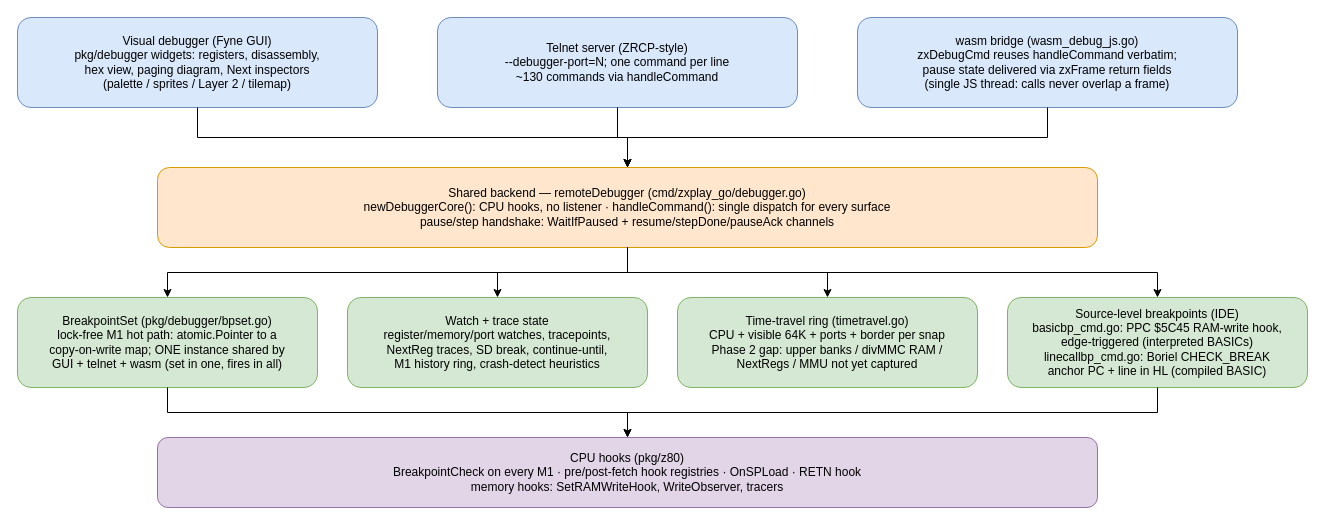
The draw.io diagram packages/emulator-core/zxplay_go/docs/architecture/diagrams/debugger-surfaces.drawio in stever/zxcode, before the edit. Source tidied: cells renumbered, new cells numbered last; positions are measured from the earlier drawing's top-left corner, leaving out a move shared by most shapes. Both pictures are drawn from the tidied source at 100%, with x=0, y=0 at pixel (17, 17).
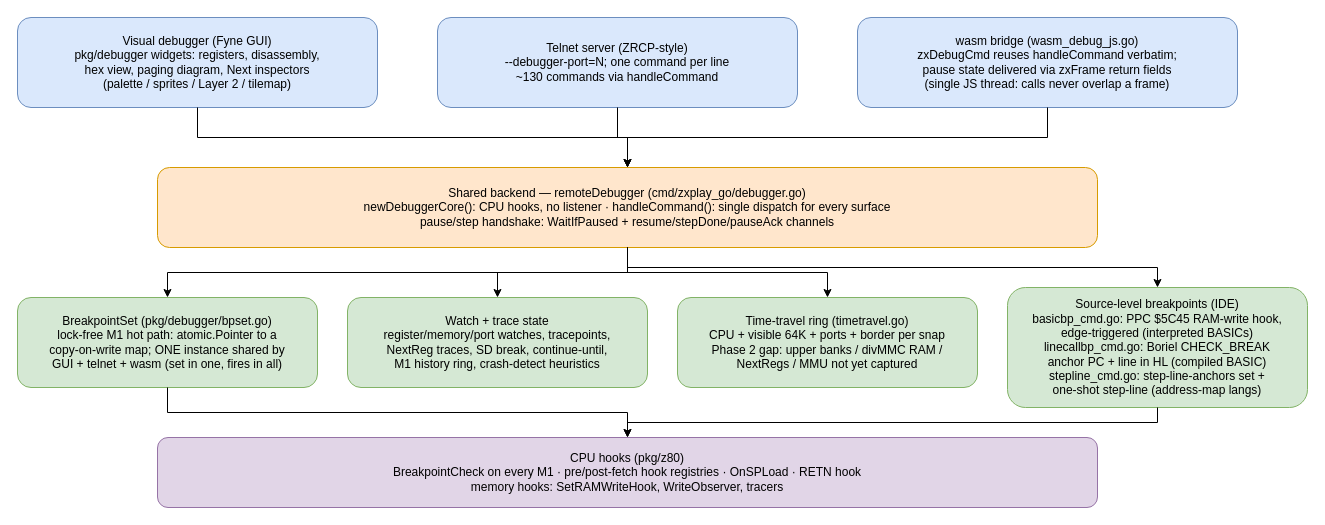
The same diagram, later.

What changed in the source:
```diff
@@
 <mxGraphModel>
   <root>
     <mxCell id="0" />
     <mxCell id="1" parent="0" />
     <mxCell id="2" value="Visual debugger (Fyne GUI)&#10;pkg/debugger widgets: registers, disassembly,&#10;hex view, paging diagram, Next inspectors&#10;(palette / sprites / Layer 2 / tilemap)" style="rounded=1;whiteSpace=wrap;html=1;fillColor=#dae8fc;strokeColor=#6c8ebf;" parent="1" vertex="1">
       <mxGeometry width="360" height="90" as="geometry" />
     </mxCell>
     <mxCell id="3" value="Telnet server (ZRCP-style)&#10;--debugger-port=N; one command per line&#10;~130 commands via handleCommand" style="rounded=1;whiteSpace=wrap;html=1;fillColor=#dae8fc;strokeColor=#6c8ebf;" parent="1" vertex="1">
       <mxGeometry x="420" width="360" height="90" as="geometry" />
     </mxCell>
     <mxCell id="4" value="wasm bridge (wasm_debug_js.go)&#10;zxDebugCmd reuses handleCommand verbatim;&#10;pause state delivered via zxFrame return fields&#10;(single JS thread: calls never overlap a frame)" style="rounded=1;whiteSpace=wrap;html=1;fillColor=#dae8fc;strokeColor=#6c8ebf;" parent="1" vertex="1">
       <mxGeometry x="840" width="380" height="90" as="geometry" />
     </mxCell>
     <mxCell id="5" value="Shared backend — remoteDebugger (cmd/zxplay_go/debugger.go)&#10;newDebuggerCore(): CPU hooks, no listener · handleCommand(): single dispatch for every surface&#10;pause/step handshake: WaitIfPaused + resume/stepDone/pauseAck channels" style="rounded=1;whiteSpace=wrap;html=1;fillColor=#ffe6cc;strokeColor=#d79b00;" parent="1" vertex="1">
       <mxGeometry x="140" y="150" width="940" height="80" as="geometry" />
     </mxCell>
     <mxCell id="6" value="BreakpointSet (pkg/debugger/bpset.go)&#10;lock-free M1 hot path: atomic.Pointer to a&#10;copy-on-write map; ONE instance shared by&#10;GUI + telnet + wasm (set in one, fires in all)" style="rounded=1;whiteSpace=wrap;html=1;fillColor=#d5e8d4;strokeColor=#82b366;" parent="1" vertex="1">
       <mxGeometry y="280" width="300" height="90" as="geometry" />
     </mxCell>
     <mxCell id="7" value="Watch + trace state&#10;register/memory/port watches, tracepoints,&#10;NextReg traces, SD break, continue-until,&#10;M1 history ring, crash-detect heuristics" style="rounded=1;whiteSpace=wrap;html=1;fillColor=#d5e8d4;strokeColor=#82b366;" parent="1" vertex="1">
       <mxGeometry x="330" y="280" width="300" height="90" as="geometry" />
     </mxCell>
     <mxCell id="8" value="Time-travel ring (timetravel.go)&#10;CPU + visible 64K + ports + border per snap&#10;Phase 2 gap: upper banks / divMMC RAM /&#10;NextRegs / MMU not yet captured" style="rounded=1;whiteSpace=wrap;html=1;fillColor=#d5e8d4;strokeColor=#82b366;" parent="1" vertex="1">
       <mxGeometry x="660" y="280" width="300" height="90" as="geometry" />
     </mxCell>
-    <mxCell id="9" value="Source-level breakpoints (IDE)&#10;basicbp_cmd.go: PPC $5C45 RAM-write hook,&#10;edge-triggered (interpreted BASICs)&#10;linecallbp_cmd.go: Boriel CHECK_BREAK&#10;anchor PC + line in HL (compiled BASIC)" style="rounded=1;whiteSpace=wrap;html=1;fillColor=#d5e8d4;strokeColor=#82b366;" parent="1" vertex="1">
-      <mxGeometry x="990" y="280" width="300" height="90" as="geometry" />
+    <mxCell id="9" value="Source-level breakpoints (IDE)&#10;basicbp_cmd.go: PPC $5C45 RAM-write hook,&#10;edge-triggered (interpreted BASICs)&#10;linecallbp_cmd.go: Boriel CHECK_BREAK&#10;anchor PC + line in HL (compiled BASIC)&#10;stepline_cmd.go: step-line-anchors set +&#10;one-shot step-line (address-map langs)" style="rounded=1;whiteSpace=wrap;html=1;fillColor=#d5e8d4;strokeColor=#82b366;" parent="1" vertex="1">
+      <mxGeometry x="990" y="270" width="300" height="120" as="geometry" />
     </mxCell>
     <mxCell id="10" value="CPU hooks (pkg/z80)&#10;BreakpointCheck on every M1 · pre/post-fetch hook registries · OnSPLoad · RETN hook&#10;memory hooks: SetRAMWriteHook, WriteObserver, tracers" style="rounded=1;whiteSpace=wrap;html=1;fillColor=#e1d5e7;strokeColor=#9673a6;" parent="1" vertex="1">
       <mxGeometry x="140" y="420" width="940" height="70" as="geometry" />
     </mxCell>
     <mxCell id="11" style="edgeStyle=orthogonalEdgeStyle;rounded=0;html=1;" parent="1" edge="1" source="2" target="5">
       <mxGeometry relative="1" as="geometry" />
     </mxCell>
     <mxCell id="12" style="edgeStyle=orthogonalEdgeStyle;rounded=0;html=1;" parent="1" edge="1" source="3" target="5">
       <mxGeometry relative="1" as="geometry" />
     </mxCell>
     <mxCell id="13" style="edgeStyle=orthogonalEdgeStyle;rounded=0;html=1;" parent="1" edge="1" source="4" target="5">
       <mxGeometry relative="1" as="geometry" />
     </mxCell>
     <mxCell id="14" style="edgeStyle=orthogonalEdgeStyle;rounded=0;html=1;" parent="1" edge="1" source="5" target="6">
       <mxGeometry relative="1" as="geometry" />
     </mxCell>
     <mxCell id="15" style="edgeStyle=orthogonalEdgeStyle;rounded=0;html=1;" parent="1" edge="1" source="5" target="7">
       <mxGeometry relative="1" as="geometry" />
     </mxCell>
     <mxCell id="16" style="edgeStyle=orthogonalEdgeStyle;rounded=0;html=1;" parent="1" edge="1" source="5" target="8">
       <mxGeometry relative="1" as="geometry" />
     </mxCell>
     <mxCell id="17" style="edgeStyle=orthogonalEdgeStyle;rounded=0;html=1;" parent="1" edge="1" source="5" target="9">
       <mxGeometry relative="1" as="geometry" />
     </mxCell>
     <mxCell id="18" style="edgeStyle=orthogonalEdgeStyle;rounded=0;html=1;" parent="1" edge="1" source="6" target="10">
       <mxGeometry relative="1" as="geometry" />
     </mxCell>
     <mxCell id="19" style="edgeStyle=orthogonalEdgeStyle;rounded=0;html=1;" parent="1" edge="1" source="9" target="10">
       <mxGeometry relative="1" as="geometry" />
     </mxCell>
   </root>
 </mxGraphModel>
```
